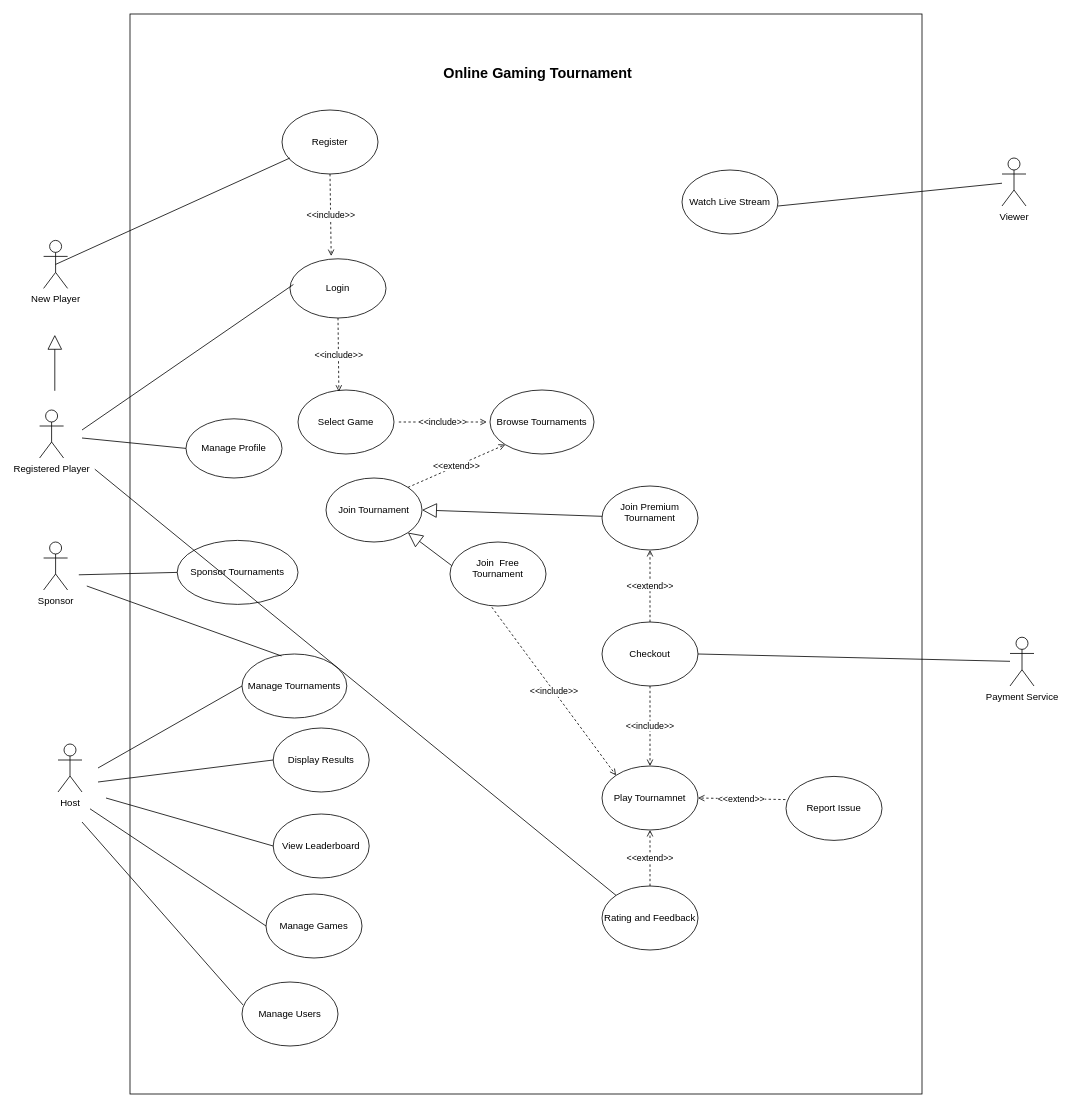
Before: GD_CW1.drawio in Tanvi-Ambre/Python, a draw.io diagram. Source tidied: cells renumbered, new cells numbered last; positions are measured from the earlier drawing's top-left corner, leaving out a move shared by most shapes. Both pictures are drawn from the tidied source at 80%, with x=0, y=0 at pixel (39, 14).
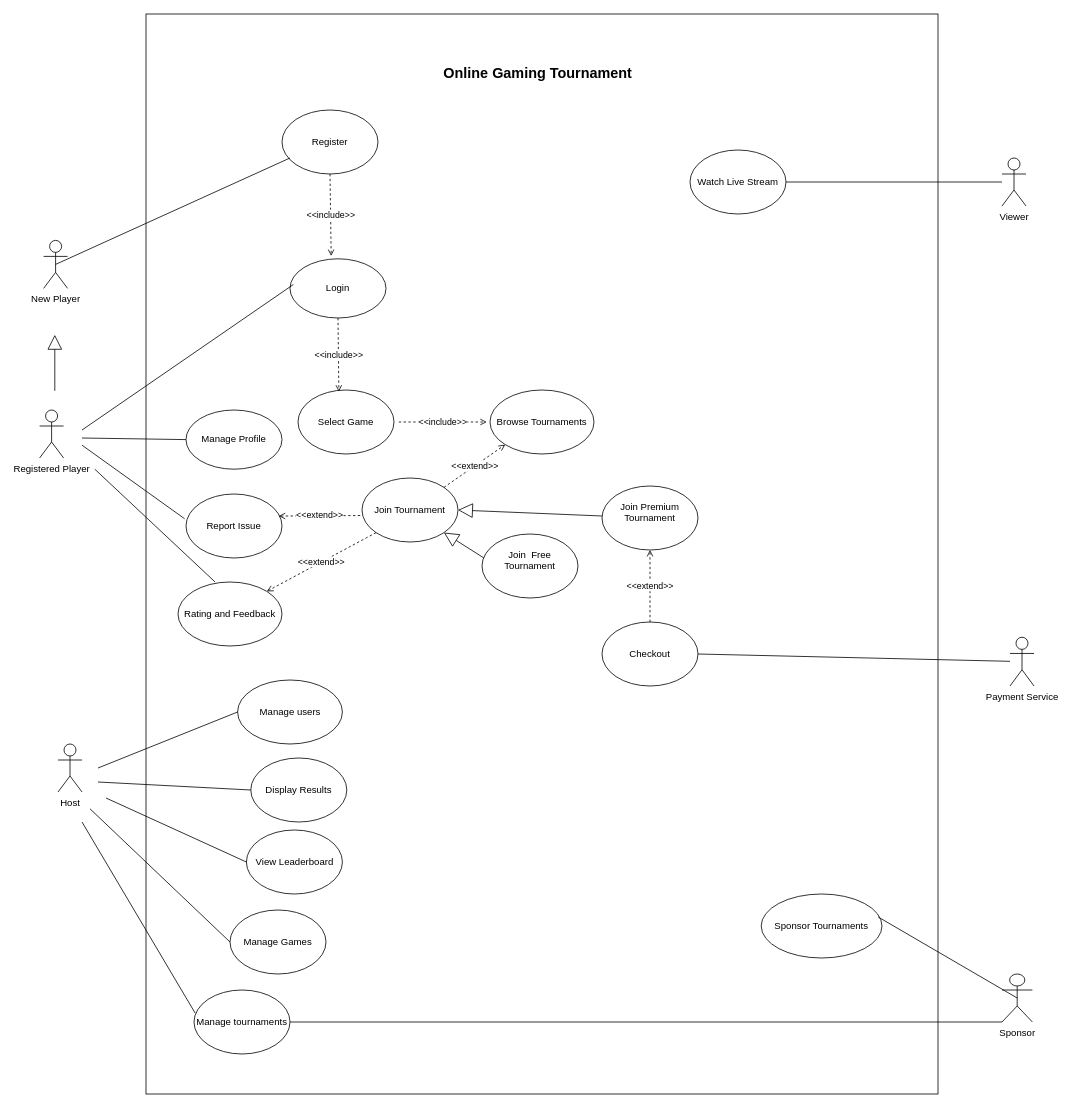
After the change.

The change refers to these unchanged cells:
```xml
<mxCell id="12" value="Viewer" style="shape=umlActor;verticalLabelPosition=bottom;verticalAlign=top;html=1;outlineConnect=0;" parent="1" vertex="1">
  <mxGeometry x="1203" y="180" width="30" height="60" as="geometry" />
</mxCell>
<mxCell id="24" value="Checkout" style="ellipse;whiteSpace=wrap;html=1;strokeWidth=1;" parent="1" vertex="1">
  <mxGeometry x="703" y="760" width="120" height="80" as="geometry" />
</mxCell>
```

What changed in the source:
```diff
@@
     <mxCell id="2" style="rounded=0;whiteSpace=wrap;html=1;" parent="1" vertex="1">
-      <mxGeometry x="113" width="990" height="1350" as="geometry" />
+      <mxGeometry x="133" width="990" height="1350" as="geometry" />
     </mxCell>
@@
-    <mxCell id="7" value="Manage Tournaments" style="ellipse;whiteSpace=wrap;html=1;strokeWidth=1;" parent="1" vertex="1">
-      <mxGeometry x="253" y="800" width="131" height="80" as="geometry" />
+    <mxCell id="7" value="Manage users" style="ellipse;whiteSpace=wrap;html=1;strokeWidth=1;" parent="1" vertex="1">
+      <mxGeometry x="247.5" y="832.5" width="131" height="80" as="geometry" />
     </mxCell>
     <mxCell id="8" value="Manage Games" style="ellipse;whiteSpace=wrap;html=1;strokeWidth=1;" parent="1" vertex="1">
-      <mxGeometry x="283" y="1100" width="120" height="80" as="geometry" />
+      <mxGeometry x="238" y="1120" width="120" height="80" as="geometry" />
     </mxCell>
-    <mxCell id="9" value="Manage Users" style="ellipse;whiteSpace=wrap;html=1;strokeWidth=1;" parent="1" vertex="1">
-      <mxGeometry x="253" y="1210" width="120" height="80" as="geometry" />
+    <mxCell id="9" value="Manage tournaments" style="ellipse;whiteSpace=wrap;html=1;strokeWidth=1;" parent="1" vertex="1">
+      <mxGeometry x="193" y="1220" width="120" height="80" as="geometry" />
     </mxCell>
     <mxCell id="10" value="Sponsor Tournaments" style="ellipse;whiteSpace=wrap;html=1;strokeWidth=1;" parent="1" vertex="1">
-      <mxGeometry x="172" y="658" width="151" height="80" as="geometry" />
+      <mxGeometry x="902" y="1100" width="151" height="80" as="geometry" />
     </mxCell>
     <mxCell id="11" value="View Leaderboard" style="ellipse;whiteSpace=wrap;html=1;strokeWidth=1;" parent="1" vertex="1">
-      <mxGeometry x="292" y="1000" width="120" height="80" as="geometry" />
+      <mxGeometry x="258.5" y="1020" width="120" height="80" as="geometry" />
     </mxCell>
@@
     <mxCell id="19" value="Join Tournament" style="ellipse;whiteSpace=wrap;html=1;strokeWidth=1;" parent="1" vertex="1">
-      <mxGeometry x="358" y="580" width="120" height="80" as="geometry" />
+      <mxGeometry x="403" y="580" width="120" height="80" as="geometry" />
     </mxCell>
-    <mxCell id="20" style="endArrow=none;html=1;rounded=0;" parent="1" edge="1">
+    <mxCell id="20" style="endArrow=none;html=1;rounded=0;entryX=0;entryY=0.5;entryDx=0;entryDy=0;" parent="1" edge="1" target="7">
       <mxGeometry relative="1" as="geometry">
         <mxPoint x="73" y="942.5" as="sourcePoint" />
-        <mxPoint x="253" y="840" as="targetPoint" />
       </mxGeometry>
     </mxCell>
@@
-    <mxCell id="29" value="Play Tournamnet" style="ellipse;whiteSpace=wrap;html=1;strokeWidth=1;" parent="1" vertex="1">
-      <mxGeometry x="703" y="940" width="120" height="80" as="geometry" />
-    </mxCell>
-    <mxCell id="30" value="&amp;lt;&amp;lt;include&amp;gt;&amp;gt;" style="endArrow=open;dashed=1;html=1;endFill=0;rounded=0;exitX=0.5;exitY=1;exitDx=0;exitDy=0;" parent="1" edge="1" source="24">
-      <mxGeometry relative="1" as="geometry">
-        <mxPoint x="763" y="940" as="targetPoint" />
-      </mxGeometry>
-    </mxCell>
-    <mxCell id="31" style="endArrow=none;html=1;rounded=0;exitX=1;exitY=0.5;exitDx=0;exitDy=0;" parent="1" edge="1" target="12">
-      <mxGeometry relative="1" as="geometry">
-        <mxPoint x="923" y="240" as="sourcePoint" />
-      </mxGeometry>
+    <mxCell id="31" style="endArrow=none;html=1;rounded=0;exitX=1;exitY=0.5;exitDx=0;exitDy=0;" parent="1" edge="1" source="32" target="12">
+      <mxGeometry relative="1" as="geometry" />
     </mxCell>
     <mxCell id="32" value="Watch Live Stream" style="ellipse;whiteSpace=wrap;html=1;strokeWidth=1;" parent="1" vertex="1">
-      <mxGeometry x="803" y="195" width="120" height="80" as="geometry" />
+      <mxGeometry x="813" y="170" width="120" height="80" as="geometry" />
     </mxCell>
-    <mxCell id="33" value="&lt;div&gt;&amp;lt;&amp;lt;extend&amp;gt;&amp;gt;&lt;/div&gt;" style="endArrow=open;dashed=1;html=1;endFill=0;rounded=0;exitX=-0.006;exitY=0.362;exitDx=0;exitDy=0;exitPerimeter=0;entryX=1;entryY=0.5;entryDx=0;entryDy=0;" parent="1" edge="1" source="34" target="29">
-      <mxGeometry relative="1" as="geometry" />
-    </mxCell>
     <mxCell id="34" value="Report Issue" style="ellipse;whiteSpace=wrap;html=1;strokeWidth=1;" parent="1" vertex="1">
-      <mxGeometry x="933" y="953" width="120" height="80" as="geometry" />
+      <mxGeometry x="183" y="600" width="120" height="80" as="geometry" />
     </mxCell>
     <mxCell id="35" value="Manage Profile" style="ellipse;whiteSpace=wrap;html=1;strokeWidth=1;" parent="1" vertex="1">
-      <mxGeometry x="183" y="506" width="120" height="74" as="geometry" />
+      <mxGeometry x="183" y="495" width="120" height="74" as="geometry" />
     </mxCell>
@@
     <mxCell id="38" value="Display Results" style="ellipse;whiteSpace=wrap;html=1;strokeWidth=1;" parent="1" vertex="1">
-      <mxGeometry x="292" y="892.5" width="120" height="80" as="geometry" />
+      <mxGeometry x="264" y="930" width="120" height="80" as="geometry" />
     </mxCell>
@@
-    <mxCell id="40" value="Join Premium Tournament&lt;div&gt;&lt;br/&gt;&lt;/div&gt;" style="ellipse;whiteSpace=wrap;html=1;strokeWidth=1;" parent="1" vertex="1">
+    <mxCell id="40" value="Join Premium Tournament&lt;div&gt;&lt;br&gt;&lt;/div&gt;" style="ellipse;whiteSpace=wrap;html=1;strokeWidth=1;" parent="1" vertex="1">
       <mxGeometry x="703" y="590" width="120" height="80" as="geometry" />
     </mxCell>
@@
     <mxCell id="43" value="Rating and Feedback" style="ellipse;whiteSpace=wrap;html=1;strokeWidth=1;" parent="1" vertex="1">
-      <mxGeometry x="703" y="1090" width="120" height="80" as="geometry" />
+      <mxGeometry x="173" y="710" width="130" height="80" as="geometry" />
     </mxCell>
-    <mxCell id="44" value="&lt;div&gt;&amp;lt;&amp;lt;extend&amp;gt;&amp;gt;&lt;/div&gt;" style="endArrow=open;dashed=1;html=1;endFill=0;rounded=0;entryX=0.5;entryY=1;entryDx=0;entryDy=0;exitX=0.5;exitY=0;exitDx=0;exitDy=0;" parent="1" edge="1" source="43" target="29">
-      <mxGeometry relative="1" as="geometry" />
-    </mxCell>
@@
     <mxCell id="47" value="Join&amp;nbsp; Free Tournament&lt;div&gt;&lt;br/&gt;&lt;/div&gt;" style="ellipse;whiteSpace=wrap;html=1;strokeWidth=1;" parent="1" vertex="1">
-      <mxGeometry x="513" y="660" width="120" height="80" as="geometry" />
+      <mxGeometry x="553" y="650" width="120" height="80" as="geometry" />
     </mxCell>
-    <mxCell id="48" value="&amp;lt;&amp;lt;include&amp;gt;&amp;gt;" style="endArrow=open;dashed=1;html=1;endFill=0;rounded=0;exitX=0.436;exitY=1.019;exitDx=0;exitDy=0;exitPerimeter=0;entryX=0;entryY=0;entryDx=0;entryDy=0;" parent="1" edge="1" source="47" target="29">
-      <mxGeometry relative="1" as="geometry" />
-    </mxCell>
@@
     <mxCell id="50" value="Sponsor" style="shape=umlActor;verticalLabelPosition=bottom;verticalAlign=top;html=1;outlineConnect=0;" parent="1" vertex="1">
-      <mxGeometry x="5" y="660" width="30" height="60" as="geometry" />
+      <mxGeometry x="1203" y="1200" width="38" height="60" as="geometry" />
     </mxCell>
-    <mxCell id="51" style="endArrow=none;html=1;rounded=0;entryX=0;entryY=0.5;entryDx=0;entryDy=0;" parent="1" edge="1" target="10">
-      <mxGeometry relative="1" as="geometry">
-        <mxPoint x="49" y="701" as="sourcePoint" />
-      </mxGeometry>
+    <mxCell id="51" style="endArrow=none;html=1;rounded=0;exitX=0.5;exitY=0.5;exitDx=0;exitDy=0;exitPerimeter=0;entryX=0.969;entryY=0.36;entryDx=0;entryDy=0;entryPerimeter=0;" parent="1" edge="1" source="50" target="10">
+      <mxGeometry relative="1" as="geometry" />
     </mxCell>
-    <mxCell id="52" style="endArrow=none;html=1;rounded=0;entryX=0.377;entryY=0.031;entryDx=0;entryDy=0;entryPerimeter=0;" parent="1" edge="1" target="7">
-      <mxGeometry relative="1" as="geometry">
-        <mxPoint x="59" y="715" as="sourcePoint" />
-      </mxGeometry>
-    </mxCell>
-    <mxCell id="53" style="endArrow=none;html=1;rounded=0;entryX=0;entryY=0;entryDx=0;entryDy=0;" parent="1" edge="1" target="43">
+    <mxCell id="53" style="endArrow=none;html=1;rounded=0;entryX=0.356;entryY=-0.001;entryDx=0;entryDy=0;entryPerimeter=0;" parent="1" edge="1" target="43">
       <mxGeometry relative="1" as="geometry">
         <mxPoint x="69" y="569" as="sourcePoint" />
       </mxGeometry>
     </mxCell>
+    <mxCell id="54" style="endArrow=none;html=1;rounded=0;entryX=1;entryY=0.5;entryDx=0;entryDy=0;exitX=0;exitY=1;exitDx=0;exitDy=0;exitPerimeter=0;" parent="1" edge="1" source="50" target="9">
+      <mxGeometry relative="1" as="geometry" />
+    </mxCell>
+    <mxCell id="55" value="&lt;div&gt;&amp;lt;&amp;lt;extend&amp;gt;&amp;gt;&lt;/div&gt;" style="endArrow=open;dashed=1;html=1;endFill=0;rounded=0;exitX=-0.019;exitY=0.586;exitDx=0;exitDy=0;exitPerimeter=0;entryX=0.966;entryY=0.345;entryDx=0;entryDy=0;entryPerimeter=0;" parent="1" edge="1" source="19" target="34">
+      <mxGeometry relative="1" as="geometry" />
+    </mxCell>
+    <mxCell id="56" style="endArrow=none;html=1;rounded=0;entryX=-0.014;entryY=0.387;entryDx=0;entryDy=0;entryPerimeter=0;" parent="1" edge="1" target="34">
+      <mxGeometry relative="1" as="geometry">
+        <mxPoint x="53" y="539" as="sourcePoint" />
+      </mxGeometry>
+    </mxCell>
+    <mxCell id="57" value="&lt;div&gt;&amp;lt;&amp;lt;extend&amp;gt;&amp;gt;&lt;/div&gt;" style="endArrow=open;dashed=1;html=1;endFill=0;rounded=0;entryX=1;entryY=0;entryDx=0;entryDy=0;exitX=0;exitY=1;exitDx=0;exitDy=0;" parent="1" edge="1" source="19" target="43">
+      <mxGeometry relative="1" as="geometry" />
+    </mxCell>
```
